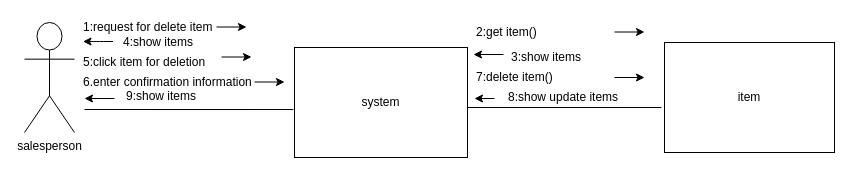
This is communication_diagram/deleteitem.drawio from aenad/iut_foods, a draw.io file, before an edit. Source tidied: cells renumbered, new cells numbered last; positions are measured from the earlier drawing's top-left corner, leaving out a move shared by most shapes. Both pictures are drawn from the tidied source at 100%, with x=0, y=0 at pixel (24, 17).
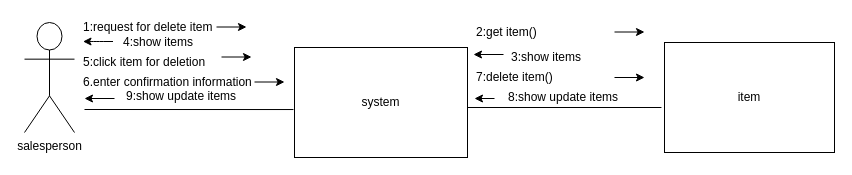
The same diagram, later.

What changed in the source:
```diff
@@
-    <mxCell id="23" value="9:show items" style="text;html=1;" parent="1" vertex="1">
+    <mxCell id="23" value="9:show update items" style="text;html=1;" parent="1" vertex="1">
       <mxGeometry x="100" y="65" width="100" height="30" as="geometry" />
     </mxCell>
```
